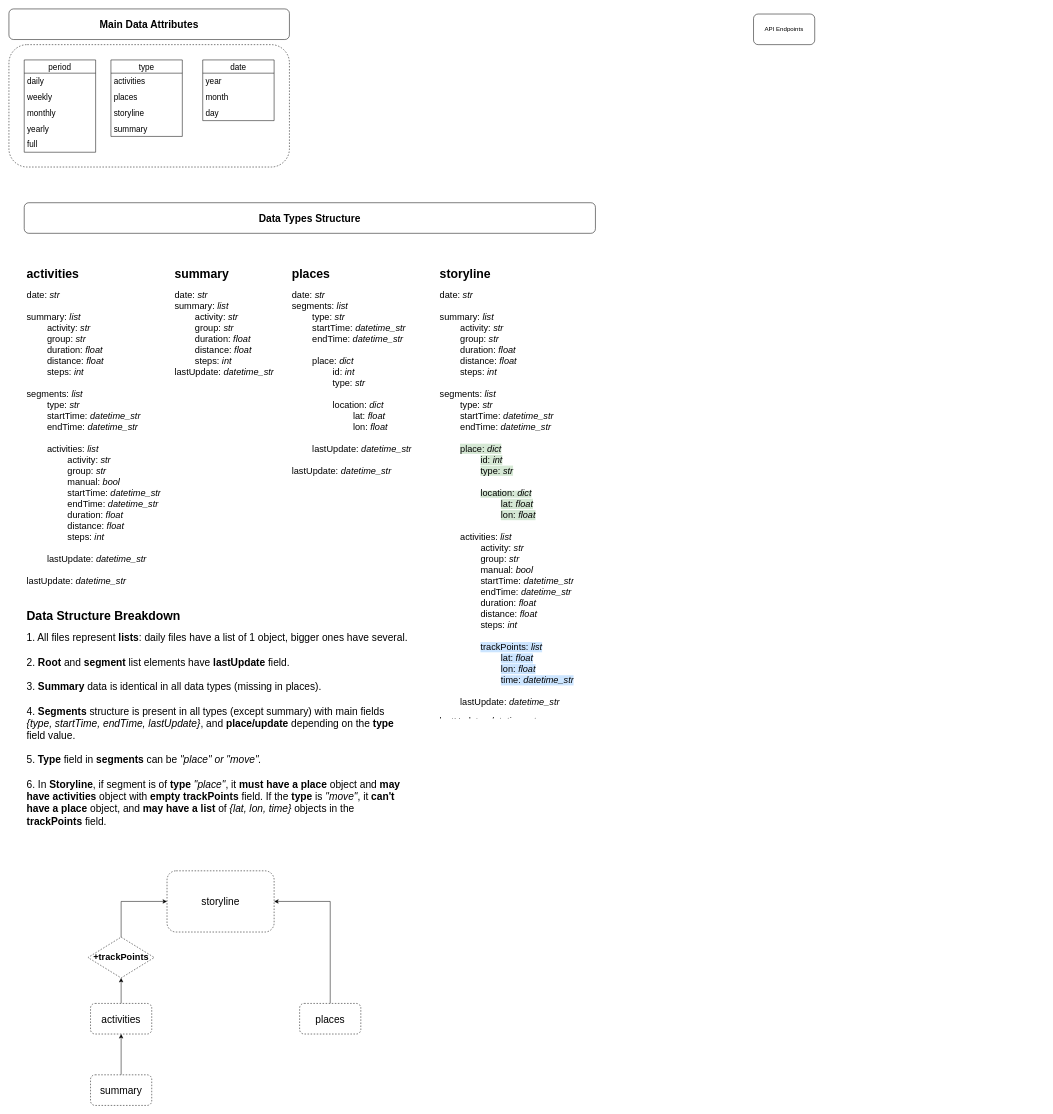
The draw.io diagram API diagram.drawio in ivanmclennon/moves_api, before the edit. Source tidied: cells renumbered, new cells numbered last; positions are measured from the earlier drawing's top-left corner, leaving out a move shared by most shapes. Both pictures are drawn from the tidied source at 51%, with x=0, y=0 at pixel (9, 9).
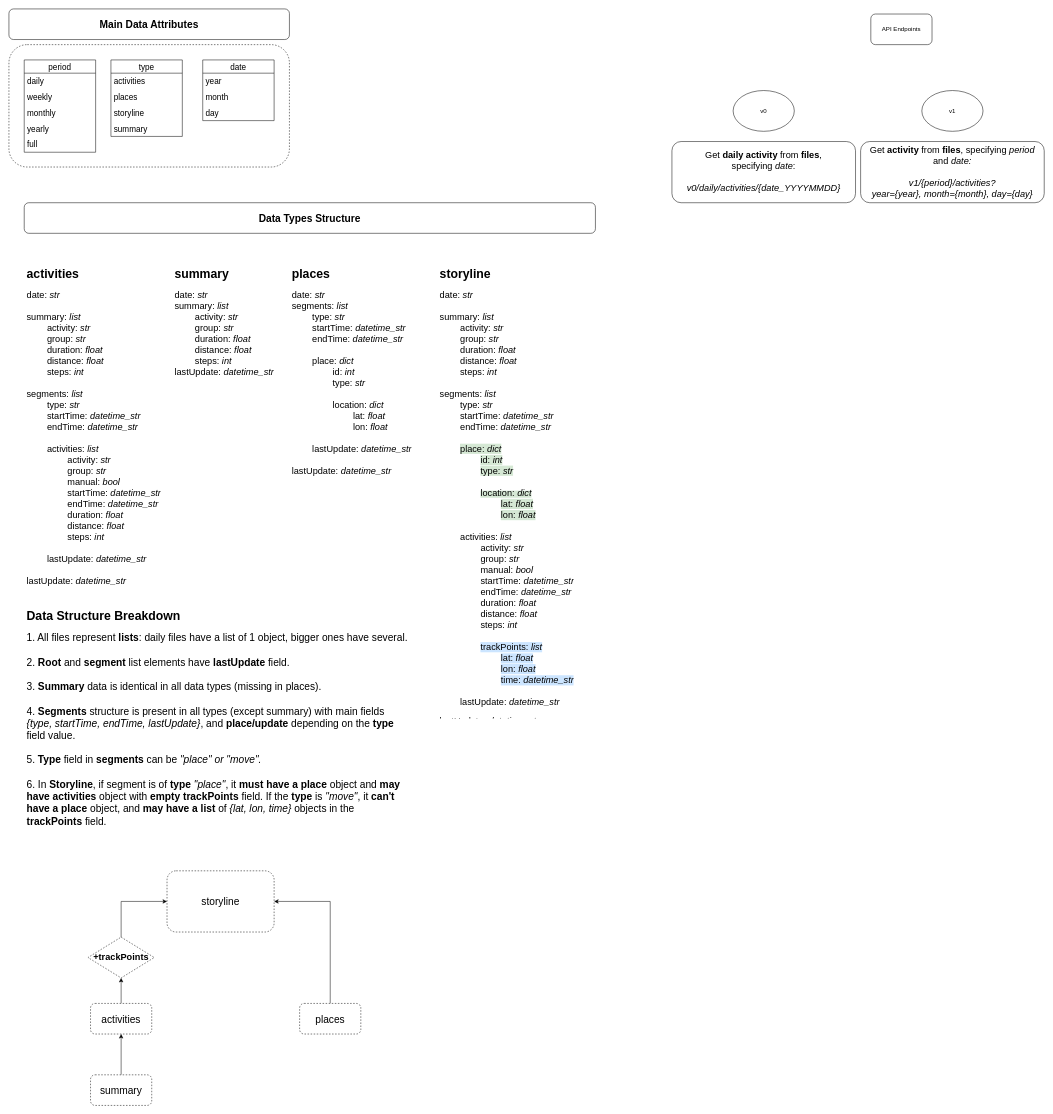
Above is the later version.

What changed in the source:
```diff
@@
     <mxCell id="3" value="API Endpoints" style="rounded=1;whiteSpace=wrap;html=1;" parent="1" vertex="1">
-      <mxGeometry x="1460" y="10" width="120" height="60" as="geometry" />
+      <mxGeometry x="1690" y="10" width="120" height="60" as="geometry" />
     </mxCell>
@@
+    <mxCell id="35" value="&lt;font style=&quot;font-size: 18px&quot;&gt;Get &lt;b&gt;activity &lt;/b&gt;from &lt;b&gt;files&lt;/b&gt;, specifying &lt;i&gt;period&lt;/i&gt;&lt;br&gt;and &lt;i&gt;date:&lt;br&gt;&lt;/i&gt;&lt;br&gt;&lt;i&gt;v1/{period}/activities?&lt;br&gt;year={year}, month={month}, day={day}&lt;/i&gt;&lt;br&gt;&lt;/font&gt;" style="rounded=1;whiteSpace=wrap;html=1;" parent="1" vertex="1">
+      <mxGeometry x="1670" y="260" width="360" height="120" as="geometry" />
+    </mxCell>
+    <mxCell id="36" value="v1" style="ellipse;whiteSpace=wrap;html=1;" parent="1" vertex="1">
+      <mxGeometry x="1790" y="160" width="120" height="80" as="geometry" />
+    </mxCell>
+    <mxCell id="37" value="&lt;font style=&quot;font-size: 18px&quot;&gt;Get &lt;b&gt;daily&amp;nbsp;activity &lt;/b&gt;from &lt;b&gt;files&lt;/b&gt;, &lt;br&gt;specifying &lt;i&gt;date&lt;/i&gt;:&lt;br&gt;&lt;br&gt;&lt;i&gt;v0/daily/activities/{date_YYYYMMDD}&lt;/i&gt;&lt;br&gt;&lt;/font&gt;" style="rounded=1;whiteSpace=wrap;html=1;" parent="1" vertex="1">
+      <mxGeometry x="1300" y="260" width="360" height="120" as="geometry" />
+    </mxCell>
+    <mxCell id="38" value="v0" style="ellipse;whiteSpace=wrap;html=1;" parent="1" vertex="1">
+      <mxGeometry x="1420" y="160" width="120" height="80" as="geometry" />
+    </mxCell>
```
